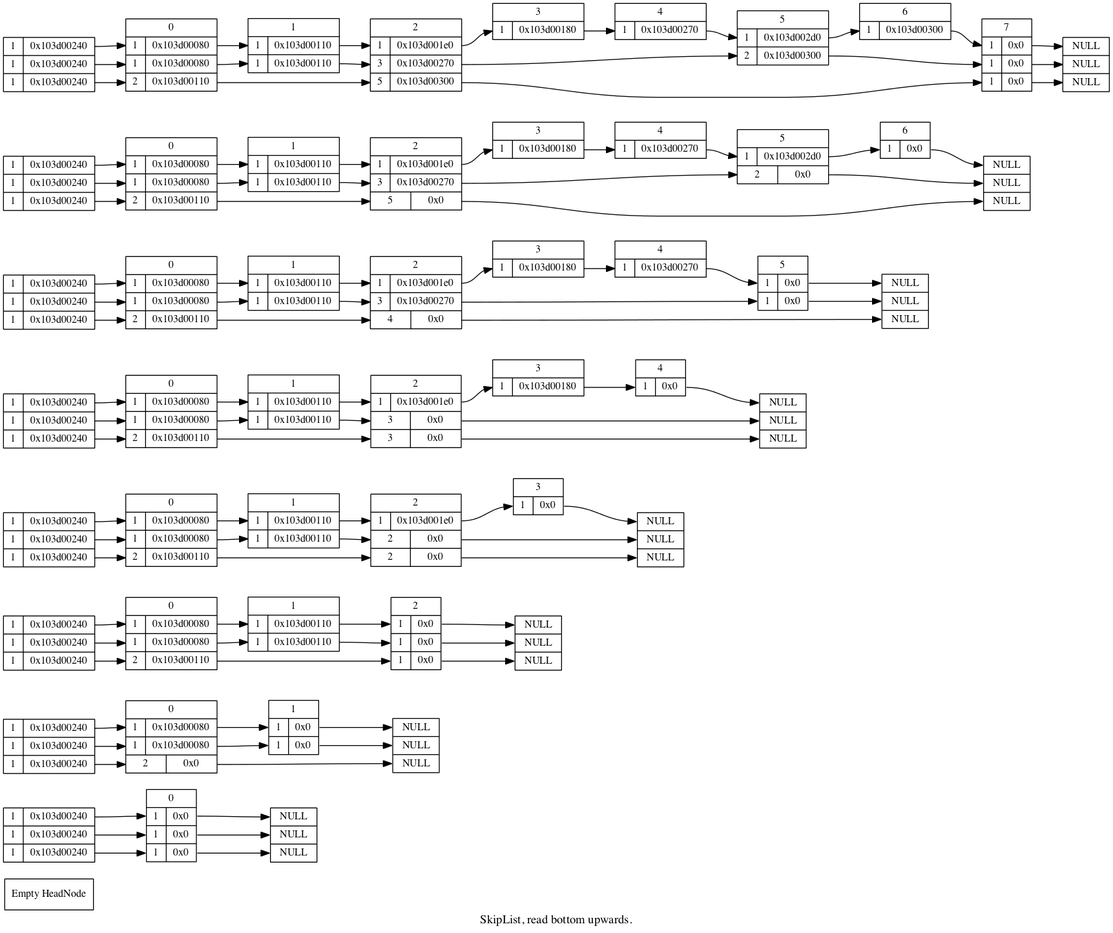
Above: doc/skiplist_visualisation/dot/doc_insert.png in paulross/skiplist (Graphviz), before the change. Its source is kept beside it as doc/skiplist_visualisation/dot/doc_insert.dot.
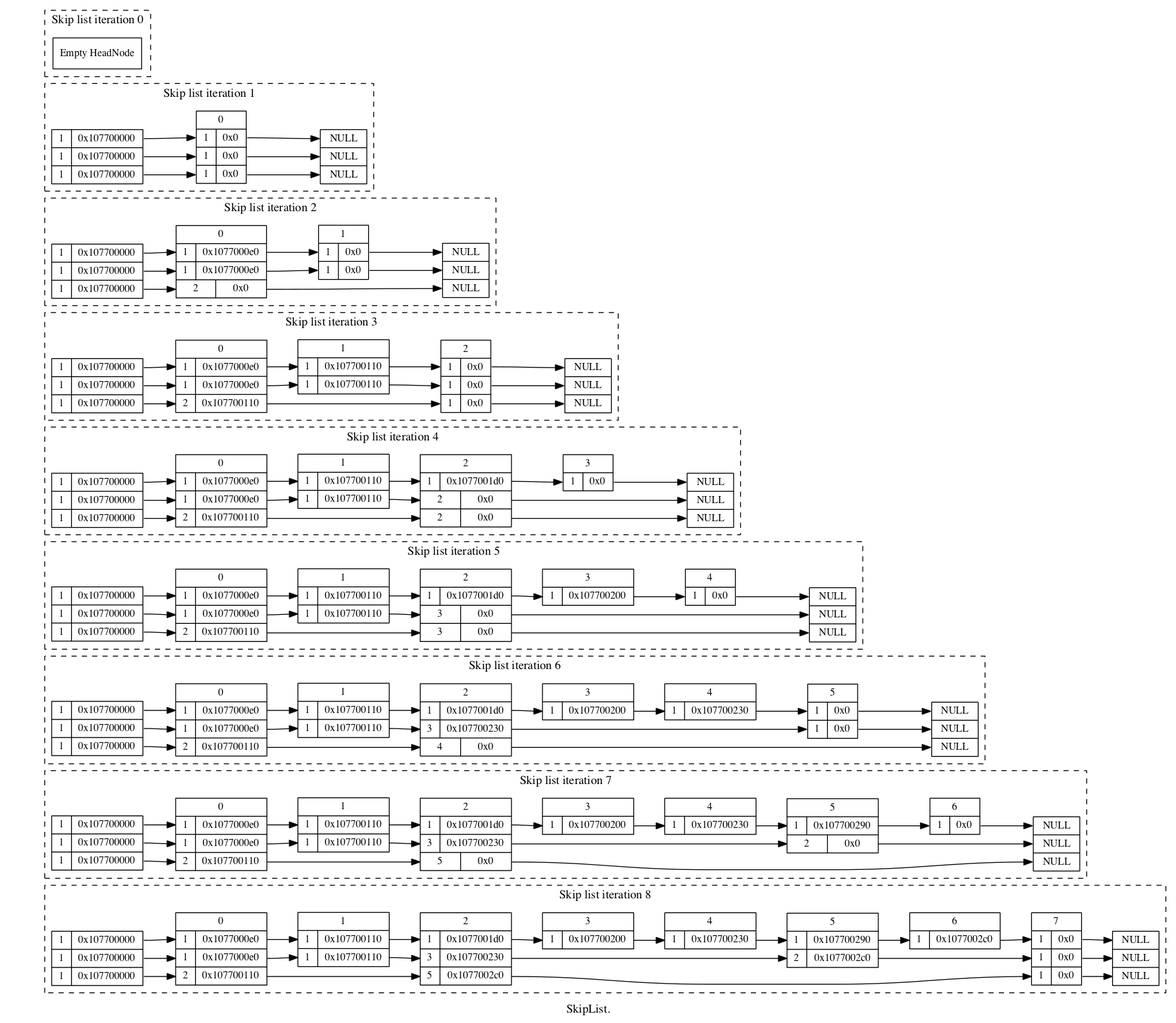
The same diagram one commit later.

Diff of the diagram source:
```diff
@@ -1,294 +1,350 @@
 digraph SkipList {
-label = "SkipList, read bottom upwards."
+label = "SkipList."
 graph [rankdir = "LR"];
 node [fontsize = "12" shape = "ellipse"];
 edge [];
-"HeadNode" [
+
+subgraph cluster0 {
+style=dashed
+label="Skip list iteration 0"
+"HeadNode0" [
 label = "Empty HeadNode"
 shape = "record"
 ];
+}
+
+subgraph cluster1 {
+style=dashed
+label="Skip list iteration 1"
 "HeadNode1" [
-label = "{ 1 | <f0> 0x100407960} | { 1 | <f1> 0x100407960} | { 1 | <f2> 0x100407960}"
+label = "{ 1 | <f0> 0x107700000} | { 1 | <f1> 0x107700000} | { 1 | <f2> 0x107700000}"
 shape = "record"
 ];
 "node10x0" [label = "<w1> NULL | <w2> NULL | <w3> NULL" shape = "record"];
-"HeadNode1":f0 -> "node10x100407960":w1 [];
-"HeadNode1":f1 -> "node10x100407960":w2 [];
-"HeadNode1":f2 -> "node10x100407960":w3 [];
-"node10x100407960" [
+"HeadNode1":f0 -> "node10x107700000":w1 [];
+"HeadNode1":f1 -> "node10x107700000":w2 [];
+"HeadNode1":f2 -> "node10x107700000":w3 [];
+"node10x107700000" [
 label = "<f0> 0 | { <w1> 1 | <f1> 0x0 } | { <w2> 1 | <f2> 0x0 } | { <w3> 1 | <f3> 0x0 }"
 shape = "record"
 ];
-"node10x100407960":f1 -> "node10x0":w1 [];
-"node10x100407960":f2 -> "node10x0":w2 [];
-"node10x100407960":f3 -> "node10x0":w3 [];
+"node10x107700000":f1 -> "node10x0":w1 [];
+"node10x107700000":f2 -> "node10x0":w2 [];
+"node10x107700000":f3 -> "node10x0":w3 [];
+}
+
+subgraph cluster2 {
+style=dashed
+label="Skip list iteration 2"
 "HeadNode2" [
-label = "{ 1 | <f0> 0x100407960} | { 1 | <f1> 0x100407960} | { 1 | <f2> 0x100407960}"
+label = "{ 1 | <f0> 0x107700000} | { 1 | <f1> 0x107700000} | { 1 | <f2> 0x107700000}"
 shape = "record"
 ];
 "node20x0" [label = "<w1> NULL | <w2> NULL | <w3> NULL" shape = "record"];
-"HeadNode2":f0 -> "node20x100407960":w1 [];
-"HeadNode2":f1 -> "node20x100407960":w2 [];
-"HeadNode2":f2 -> "node20x100407960":w3 [];
-"node20x100407960" [
-label = "<f0> 0 | { <w1> 1 | <f1> 0x100407a40 } | { <w2> 1 | <f2> 0x100407a40 } | { <w3> 2 | <f3> 0x0 }"
+"HeadNode2":f0 -> "node20x107700000":w1 [];
+"HeadNode2":f1 -> "node20x107700000":w2 [];
+"HeadNode2":f2 -> "node20x107700000":w3 [];
+"node20x107700000" [
+label = "<f0> 0 | { <w1> 1 | <f1> 0x1077000e0 } | { <w2> 1 | <f2> 0x1077000e0 } | { <w3> 2 | <f3> 0x0 }"
 shape = "record"
 ];
-"node20x100407960":f1 -> "node20x100407a40":w1 [];
-"node20x100407960":f2 -> "node20x100407a40":w2 [];
-"node20x100407960":f3 -> "node20x0":w3 [];
-"node20x100407a40" [
+"node20x107700000":f1 -> "node20x1077000e0":w1 [];
+"node20x107700000":f2 -> "node20x1077000e0":w2 [];
+"node20x107700000":f3 -> "node20x0":w3 [];
+"node20x1077000e0" [
 label = "<f0> 1 | { <w1> 1 | <f1> 0x0 } | { <w2> 1 | <f2> 0x0 }"
 shape = "record"
 ];
-"node20x100407a40":f1 -> "node20x0":w1 [];
-"node20x100407a40":f2 -> "node20x0":w2 [];
+"node20x1077000e0":f1 -> "node20x0":w1 [];
+"node20x1077000e0":f2 -> "node20x0":w2 [];
+}
+
+subgraph cluster3 {
+style=dashed
+label="Skip list iteration 3"
 "HeadNode3" [
-label = "{ 1 | <f0> 0x100407960} | { 1 | <f1> 0x100407960} | { 1 | <f2> 0x100407960}"
+label = "{ 1 | <f0> 0x107700000} | { 1 | <f1> 0x107700000} | { 1 | <f2> 0x107700000}"
 shape = "record"
 ];
 "node30x0" [label = "<w1> NULL | <w2> NULL | <w3> NULL" shape = "record"];
-"HeadNode3":f0 -> "node30x100407960":w1 [];
-"HeadNode3":f1 -> "node30x100407960":w2 [];
-"HeadNode3":f2 -> "node30x100407960":w3 [];
-"node30x100407960" [
-label = "<f0> 0 | { <w1> 1 | <f1> 0x100407a40 } | { <w2> 1 | <f2> 0x100407a40 } | { <w3> 2 | <f3> 0x100407a70 }"
+"HeadNode3":f0 -> "node30x107700000":w1 [];
+"HeadNode3":f1 -> "node30x107700000":w2 [];
+"HeadNode3":f2 -> "node30x107700000":w3 [];
+"node30x107700000" [
+label = "<f0> 0 | { <w1> 1 | <f1> 0x1077000e0 } | { <w2> 1 | <f2> 0x1077000e0 } | { <w3> 2 | <f3> 0x107700110 }"
 shape = "record"
 ];
-"node30x100407960":f1 -> "node30x100407a40":w1 [];
-"node30x100407960":f2 -> "node30x100407a40":w2 [];
-"node30x100407960":f3 -> "node30x100407a70":w3 [];
-"node30x100407a40" [
-label = "<f0> 1 | { <w1> 1 | <f1> 0x100407a70 } | { <w2> 1 | <f2> 0x100407a70 }"
+"node30x107700000":f1 -> "node30x1077000e0":w1 [];
+"node30x107700000":f2 -> "node30x1077000e0":w2 [];
+"node30x107700000":f3 -> "node30x107700110":w3 [];
+"node30x1077000e0" [
+label = "<f0> 1 | { <w1> 1 | <f1> 0x107700110 } | { <w2> 1 | <f2> 0x107700110 }"
 shape = "record"
 ];
-"node30x100407a40":f1 -> "node30x100407a70":w1 [];
-"node30x100407a40":f2 -> "node30x100407a70":w2 [];
-"node30x100407a70" [
+"node30x1077000e0":f1 -> "node30x107700110":w1 [];
+"node30x1077000e0":f2 -> "node30x107700110":w2 [];
+"node30x107700110" [
 label = "<f0> 2 | { <w1> 1 | <f1> 0x0 } | { <w2> 1 | <f2> 0x0 } | { <w3> 1 | <f3> 0x0 }"
 shape = "record"
 ];
-"node30x100407a70":f1 -> "node30x0":w1 [];
-"node30x100407a70":f2 -> "node30x0":w2 [];
-"node30x100407a70":f3 -> "node30x0":w3 [];
+"node30x107700110":f1 -> "node30x0":w1 [];
+"node30x107700110":f2 -> "node30x0":w2 [];
+"node30x107700110":f3 -> "node30x0":w3 [];
+}
+
+subgraph cluster4 {
+style=dashed
+label="Skip list iteration 4"
 "HeadNode4" [
-label = "{ 1 | <f0> 0x100407960} | { 1 | <f1> 0x100407960} | { 1 | <f2> 0x100407960}"
+label = "{ 1 | <f0> 0x107700000} | { 1 | <f1> 0x107700000} | { 1 | <f2> 0x107700000}"
 shape = "record"
 ];
 "node40x0" [label = "<w1> NULL | <w2> NULL | <w3> NULL" shape = "record"];
-"HeadNode4":f0 -> "node40x100407960":w1 [];
-"HeadNode4":f1 -> "node40x100407960":w2 [];
-"HeadNode4":f2 -> "node40x100407960":w3 [];
-"node40x100407960" [
-label = "<f0> 0 | { <w1> 1 | <f1> 0x100407a40 } | { <w2> 1 | <f2> 0x100407a40 } | { <w3> 2 | <f3> 0x100407a70 }"
+"HeadNode4":f0 -> "node40x107700000":w1 [];
+"HeadNode4":f1 -> "node40x107700000":w2 [];
+"HeadNode4":f2 -> "node40x107700000":w3 [];
+"node40x107700000" [
+label = "<f0> 0 | { <w1> 1 | <f1> 0x1077000e0 } | { <w2> 1 | <f2> 0x1077000e0 } | { <w3> 2 | <f3> 0x107700110 }"
 shape = "record"
 ];
-"node40x100407960":f1 -> "node40x100407a40":w1 [];
-"node40x100407960":f2 -> "node40x100407a40":w2 [];
-"node40x100407960":f3 -> "node40x100407a70":w3 [];
-"node40x100407a40" [
-label = "<f0> 1 | { <w1> 1 | <f1> 0x100407a70 } | { <w2> 1 | <f2> 0x100407a70 }"
+"node40x107700000":f1 -> "node40x1077000e0":w1 [];
+"node40x107700000":f2 -> "node40x1077000e0":w2 [];
+"node40x107700000":f3 -> "node40x107700110":w3 [];
+"node40x1077000e0" [
+label = "<f0> 1 | { <w1> 1 | <f1> 0x107700110 } | { <w2> 1 | <f2> 0x107700110 }"
 shape = "record"
 ];
-"node40x100407a40":f1 -> "node40x100407a70":w1 [];
-"node40x100407a40":f2 -> "node40x100407a70":w2 [];
-"node40x100407a70" [
-label = "<f0> 2 | { <w1> 1 | <f1> 0x100407b30 } | { <w2> 2 | <f2> 0x0 } | { <w3> 2 | <f3> 0x0 }"
+"node40x1077000e0":f1 -> "node40x107700110":w1 [];
+"node40x1077000e0":f2 -> "node40x107700110":w2 [];
+"node40x107700110" [
+label = "<f0> 2 | { <w1> 1 | <f1> 0x1077001d0 } | { <w2> 2 | <f2> 0x0 } | { <w3> 2 | <f3> 0x0 }"
 shape = "record"
 ];
-"node40x100407a70":f1 -> "node40x100407b30":w1 [];
-"node40x100407a70":f2 -> "node40x0":w2 [];
-"node40x100407a70":f3 -> "node40x0":w3 [];
-"node40x100407b30" [
+"node40x107700110":f1 -> "node40x1077001d0":w1 [];
+"node40x107700110":f2 -> "node40x0":w2 [];
+"node40x107700110":f3 -> "node40x0":w3 [];
+"node40x1077001d0" [
 label = "<f0> 3 | { <w1> 1 | <f1> 0x0 }"
 shape = "record"
 ];
-"node40x100407b30":f1 -> "node40x0":w1 [];
+"node40x1077001d0":f1 -> "node40x0":w1 [];
+}
+
+subgraph cluster5 {
+style=dashed
+label="Skip list iteration 5"
 "HeadNode5" [
-label = "{ 1 | <f0> 0x100407960} | { 1 | <f1> 0x100407960} | { 1 | <f2> 0x100407960}"
+label = "{ 1 | <f0> 0x107700000} | { 1 | <f1> 0x107700000} | { 1 | <f2> 0x107700000}"
 shape = "record"
 ];
 "node50x0" [label = "<w1> NULL | <w2> NULL | <w3> NULL" shape = "record"];
-"HeadNode5":f0 -> "node50x100407960":w1 [];
-"HeadNode5":f1 -> "node50x100407960":w2 [];
-"HeadNode5":f2 -> "node50x100407960":w3 [];
-"node50x100407960" [
-label = "<f0> 0 | { <w1> 1 | <f1> 0x100407a40 } | { <w2> 1 | <f2> 0x100407a40 } | { <w3> 2 | <f3> 0x100407a70 }"
+"HeadNode5":f0 -> "node50x107700000":w1 [];
+"HeadNode5":f1 -> "node50x107700000":w2 [];
+"HeadNode5":f2 -> "node50x107700000":w3 [];
+"node50x107700000" [
+label = "<f0> 0 | { <w1> 1 | <f1> 0x1077000e0 } | { <w2> 1 | <f2> 0x1077000e0 } | { <w3> 2 | <f3> 0x107700110 }"
 shape = "record"
 ];
-"node50x100407960":f1 -> "node50x100407a40":w1 [];
-"node50x100407960":f2 -> "node50x100407a40":w2 [];
-"node50x100407960":f3 -> "node50x100407a70":w3 [];
-"node50x100407a40" [
-label = "<f0> 1 | { <w1> 1 | <f1> 0x100407a70 } | { <w2> 1 | <f2> 0x100407a70 }"
+"node50x107700000":f1 -> "node50x1077000e0":w1 [];
+"node50x107700000":f2 -> "node50x1077000e0":w2 [];
+"node50x107700000":f3 -> "node50x107700110":w3 [];
+"node50x1077000e0" [
+label = "<f0> 1 | { <w1> 1 | <f1> 0x107700110 } | { <w2> 1 | <f2> 0x107700110 }"
 shape = "record"
 ];
-"node50x100407a40":f1 -> "node50x100407a70":w1 [];
-"node50x100407a40":f2 -> "node50x100407a70":w2 [];
-"node50x100407a70" [
-label = "<f0> 2 | { <w1> 1 | <f1> 0x100407b30 } | { <w2> 3 | <f2> 0x0 } | { <w3> 3 | <f3> 0x0 }"
+"node50x1077000e0":f1 -> "node50x107700110":w1 [];
+"node50x1077000e0":f2 -> "node50x107700110":w2 [];
+"node50x107700110" [
+label = "<f0> 2 | { <w1> 1 | <f1> 0x1077001d0 } | { <w2> 3 | <f2> 0x0 } | { <w3> 3 | <f3> 0x0 }"
 shape = "record"
 ];
-"node50x100407a70":f1 -> "node50x100407b30":w1 [];
-"node50x100407a70":f2 -> "node50x0":w2 [];
-"node50x100407a70":f3 -> "node50x0":w3 [];
-"node50x100407b30" [
-label = "<f0> 3 | { <w1> 1 | <f1> 0x100407b60 }"
+"node50x107700110":f1 -> "node50x1077001d0":w1 [];
+"node50x107700110":f2 -> "node50x0":w2 [];
+"node50x107700110":f3 -> "node50x0":w3 [];
+"node50x1077001d0" [
+label = "<f0> 3 | { <w1> 1 | <f1> 0x107700200 }"
 shape = "record"
 ];
-"node50x100407b30":f1 -> "node50x100407b60":w1 [];
-"node50x100407b60" [
+"node50x1077001d0":f1 -> "node50x107700200":w1 [];
+"node50x107700200" [
 label = "<f0> 4 | { <w1> 1 | <f1> 0x0 }"
 shape = "record"
 ];
-"node50x100407b60":f1 -> "node50x0":w1 [];
+"node50x107700200":f1 -> "node50x0":w1 [];
+}
+
+subgraph cluster6 {
+style=dashed
+label="Skip list iteration 6"
 "HeadNode6" [
-label = "{ 1 | <f0> 0x100407960} | { 1 | <f1> 0x100407960} | { 1 | <f2> 0x100407960}"
+label = "{ 1 | <f0> 0x107700000} | { 1 | <f1> 0x107700000} | { 1 | <f2> 0x107700000}"
 shape = "record"
 ];
 "node60x0" [label = "<w1> NULL | <w2> NULL | <w3> NULL" shape = "record"];
-"HeadNode6":f0 -> "node60x100407960":w1 [];
-"HeadNode6":f1 -> "node60x100407960":w2 [];
-"HeadNode6":f2 -> "node60x100407960":w3 [];
-"node60x100407960" [
-label = "<f0> 0 | { <w1> 1 | <f1> 0x100407a40 } | { <w2> 1 | <f2> 0x100407a40 } | { <w3> 2 | <f3> 0x100407a70 }"
+"HeadNode6":f0 -> "node60x107700000":w1 [];
+"HeadNode6":f1 -> "node60x107700000":w2 [];
+"HeadNode6":f2 -> "node60x107700000":w3 [];
+"node60x107700000" [
+label = "<f0> 0 | { <w1> 1 | <f1> 0x1077000e0 } | { <w2> 1 | <f2> 0x1077000e0 } | { <w3> 2 | <f3> 0x107700110 }"
 shape = "record"
 ];
-"node60x100407960":f1 -> "node60x100407a40":w1 [];
-"node60x100407960":f2 -> "node60x100407a40":w2 [];
-"node60x100407960":f3 -> "node60x100407a70":w3 [];
-"node60x100407a40" [
-label = "<f0> 1 | { <w1> 1 | <f1> 0x100407a70 } | { <w2> 1 | <f2> 0x100407a70 }"
+"node60x107700000":f1 -> "node60x1077000e0":w1 [];
+"node60x107700000":f2 -> "node60x1077000e0":w2 [];
+"node60x107700000":f3 -> "node60x107700110":w3 [];
+"node60x1077000e0" [
+label = "<f0> 1 | { <w1> 1 | <f1> 0x107700110 } | { <w2> 1 | <f2> 0x107700110 }"
 shape = "record"
 ];
-"node60x100407a40":f1 -> "node60x100407a70":w1 [];
-"node60x100407a40":f2 -> "node60x100407a70":w2 [];
-"node60x100407a70" [
-label = "<f0> 2 | { <w1> 1 | <f1> 0x100407b30 } | { <w2> 3 | <f2> 0x100407b90 } | { <w3> 4 | <f3> 0x0 }"
+"node60x1077000e0":f1 -> "node60x107700110":w1 [];
+"node60x1077000e0":f2 -> "node60x107700110":w2 [];
+"node60x107700110" [
+label = "<f0> 2 | { <w1> 1 | <f1> 0x1077001d0 } | { <w2> 3 | <f2> 0x107700230 } | { <w3> 4 | <f3> 0x0 }"
 shape = "record"
 ];
-"node60x100407a70":f1 -> "node60x100407b30":w1 [];
-"node60x100407a70":f2 -> "node60x100407b90":w2 [];
-"node60x100407a70":f3 -> "node60x0":w3 [];
-"node60x100407b30" [
-label = "<f0> 3 | { <w1> 1 | <f1> 0x100407b60 }"
+"node60x107700110":f1 -> "node60x1077001d0":w1 [];
+"node60x107700110":f2 -> "node60x107700230":w2 [];
+"node60x107700110":f3 -> "node60x0":w3 [];
+"node60x1077001d0" [
+label = "<f0> 3 | { <w1> 1 | <f1> 0x107700200 }"
 shape = "record"
 ];
-"node60x100407b30":f1 -> "node60x100407b60":w1 [];
-"node60x100407b60" [
-label = "<f0> 4 | { <w1> 1 | <f1> 0x100407b90 }"
+"node60x1077001d0":f1 -> "node60x107700200":w1 [];
+"node60x107700200" [
+label = "<f0> 4 | { <w1> 1 | <f1> 0x107700230 }"
 shape = "record"
 ];
-"node60x100407b60":f1 -> "node60x100407b90":w1 [];
-"node60x100407b90" [
+"node60x107700200":f1 -> "node60x107700230":w1 [];
+"node60x107700230" [
 label = "<f0> 5 | { <w1> 1 | <f1> 0x0 } | { <w2> 1 | <f2> 0x0 }"
 shape = "record"
 ];
-"node60x100407b90":f1 -> "node60x0":w1 [];
-"node60x100407b90":f2 -> "node60x0":w2 [];
+"node60x107700230":f1 -> "node60x0":w1 [];
+"node60x107700230":f2 -> "node60x0":w2 [];
+}
+
+subgraph cluster7 {
+style=dashed
+label="Skip list iteration 7"
 "HeadNode7" [
-label = "{ 1 | <f0> 0x100407960} | { 1 | <f1> 0x100407960} | { 1 | <f2> 0x100407960}"
+label = "{ 1 | <f0> 0x107700000} | { 1 | <f1> 0x107700000} | { 1 | <f2> 0x107700000}"
 shape = "record"
 ];
 "node70x0" [label = "<w1> NULL | <w2> NULL | <w3> NULL" shape = "record"];
-"HeadNode7":f0 -> "node70x100407960":w1 [];
-"HeadNode7":f1 -> "node70x100407960":w2 [];
-"HeadNode7":f2 -> "node70x100407960":w3 [];
-"node70x100407960" [
-label = "<f0> 0 | { <w1> 1 | <f1> 0x100407a40 } | { <w2> 1 | <f2> 0x100407a40 } | { <w3> 2 | <f3> 0x100407a70 }"
+"HeadNode7":f0 -> "node70x107700000":w1 [];
+"HeadNode7":f1 -> "node70x107700000":w2 [];
+"HeadNode7":f2 -> "node70x107700000":w3 [];
+"node70x107700000" [
+label = "<f0> 0 | { <w1> 1 | <f1> 0x1077000e0 } | { <w2> 1 | <f2> 0x1077000e0 } | { <w3> 2 | <f3> 0x107700110 }"
 shape = "record"
 ];
-"node70x100407960":f1 -> "node70x100407a40":w1 [];
-"node70x100407960":f2 -> "node70x100407a40":w2 [];
-"node70x100407960":f3 -> "node70x100407a70":w3 [];
-"node70x100407a40" [
-label = "<f0> 1 | { <w1> 1 | <f1> 0x100407a70 } | { <w2> 1 | <f2> 0x100407a70 }"
+"node70x107700000":f1 -> "node70x1077000e0":w1 [];
+"node70x107700000":f2 -> "node70x1077000e0":w2 [];
+"node70x107700000":f3 -> "node70x107700110":w3 [];
+"node70x1077000e0" [
+label = "<f0> 1 | { <w1> 1 | <f1> 0x107700110 } | { <w2> 1 | <f2> 0x107700110 }"
 shape = "record"
 ];
-"node70x100407a40":f1 -> "node70x100407a70":w1 [];
-"node70x100407a40":f2 -> "node70x100407a70":w2 [];
-"node70x100407a70" [
-label = "<f0> 2 | { <w1> 1 | <f1> 0x100407b30 } | { <w2> 3 | <f2> 0x100407b90 } | { <w3> 5 | <f3> 0x0 }"
+"node70x1077000e0":f1 -> "node70x107700110":w1 [];
+"node70x1077000e0":f2 -> "node70x107700110":w2 [];
+"node70x107700110" [
+label = "<f0> 2 | { <w1> 1 | <f1> 0x1077001d0 } | { <w2> 3 | <f2> 0x107700230 } | { <w3> 5 | <f3> 0x0 }"
 shape = "record"
 ];
-"node70x100407a70":f1 -> "node70x100407b30":w1 [];
-"node70x100407a70":f2 -> "node70x100407b90":w2 [];
-"node70x100407a70":f3 -> "node70x0":w3 [];
-"node70x100407b30" [
-label = "<f0> 3 | { <w1> 1 | <f1> 0x100407b60 }"
+"node70x107700110":f1 -> "node70x1077001d0":w1 [];
+"node70x107700110":f2 -> "node70x107700230":w2 [];
+"node70x107700110":f3 -> "node70x0":w3 [];
+"node70x1077001d0" [
+label = "<f0> 3 | { <w1> 1 | <f1> 0x107700200 }"
 shape = "record"
 ];
-"node70x100407b30":f1 -> "node70x100407b60":w1 [];
-"node70x100407b60" [
-label = "<f0> 4 | { <w1> 1 | <f1> 0x100407b90 }"
+"node70x1077001d0":f1 -> "node70x107700200":w1 [];
+"node70x107700200" [
+label = "<f0> 4 | { <w1> 1 | <f1> 0x107700230 }"
 shape = "record"
 ];
-"node70x100407b60":f1 -> "node70x100407b90":w1 [];
-"node70x100407b90" [
-label = "<f0> 5 | { <w1> 1 | <f1> 0x100407bf0 } | { <w2> 2 | <f2> 0x0 }"
+"node70x107700200":f1 -> "node70x107700230":w1 [];
+"node70x107700230" [
+label = "<f0> 5 | { <w1> 1 | <f1> 0x107700290 } | { <w2> 2 | <f2> 0x0 }"
 shape = "record"
 ];
-"node70x100407b90":f1 -> "node70x100407bf0":w1 [];
-"node70x100407b90":f2 -> "node70x0":w2 [];
-"node70x100407bf0" [
+"node70x107700230":f1 -> "node70x107700290":w1 [];
+"node70x107700230":f2 -> "node70x0":w2 [];
+"node70x107700290" [
 label = "<f0> 6 | { <w1> 1 | <f1> 0x0 }"
 shape = "record"
 ];
-"node70x100407bf0":f1 -> "node70x0":w1 [];
+"node70x107700290":f1 -> "node70x0":w1 [];
+}
+
+subgraph cluster8 {
+style=dashed
+label="Skip list iteration 8"
 "HeadNode8" [
-label = "{ 1 | <f0> 0x100407960} | { 1 | <f1> 0x100407960} | { 1 | <f2> 0x100407960}"
+label = "{ 1 | <f0> 0x107700000} | { 1 | <f1> 0x107700000} | { 1 | <f2> 0x107700000}"
 shape = "record"
 ];
 "node80x0" [label = "<w1> NULL | <w2> NULL | <w3> NULL" shape = "record"];
-"HeadNode8":f0 -> "node80x100407960":w1 [];
-"HeadNode8":f1 -> "node80x100407960":w2 [];
-"HeadNode8":f2 -> "node80x100407960":w3 [];
-"node80x100407960" [
-label = "<f0> 0 | { <w1> 1 | <f1> 0x100407a40 } | { <w2> 1 | <f2> 0x100407a40 } | { <w3> 2 | <f3> 0x100407a70 }"
+"HeadNode8":f0 -> "node80x107700000":w1 [];
+"HeadNode8":f1 -> "node80x107700000":w2 [];
+"HeadNode8":f2 -> "node80x107700000":w3 [];
+"node80x107700000" [
+label = "<f0> 0 | { <w1> 1 | <f1> 0x1077000e0 } | { <w2> 1 | <f2> 0x1077000e0 } | { <w3> 2 | <f3> 0x107700110 }"
 shape = "record"
 ];
-"node80x100407960":f1 -> "node80x100407a40":w1 [];
-"node80x100407960":f2 -> "node80x100407a40":w2 [];
-"node80x100407960":f3 -> "node80x100407a70":w3 [];
-"node80x100407a40" [
-label = "<f0> 1 | { <w1> 1 | <f1> 0x100407a70 } | { <w2> 1 | <f2> 0x100407a70 }"
+"node80x107700000":f1 -> "node80x1077000e0":w1 [];
+"node80x107700000":f2 -> "node80x1077000e0":w2 [];
+"node80x107700000":f3 -> "node80x107700110":w3 [];
+"node80x1077000e0" [
+label = "<f0> 1 | { <w1> 1 | <f1> 0x107700110 } | { <w2> 1 | <f2> 0x107700110 }"
 shape = "record"
 ];
-"node80x100407a40":f1 -> "node80x100407a70":w1 [];
-"node80x100407a40":f2 -> "node80x100407a70":w2 [];
-"node80x100407a70" [
-label = "<f0> 2 | { <w1> 1 | <f1> 0x100407b30 } | { <w2> 3 | <f2> 0x100407b90 } | { <w3> 5 | <f3> 0x100407c20 }"
+"node80x1077000e0":f1 -> "node80x107700110":w1 [];
+"node80x1077000e0":f2 -> "node80x107700110":w2 [];
+"node80x107700110" [
+label = "<f0> 2 | { <w1> 1 | <f1> 0x1077001d0 } | { <w2> 3 | <f2> 0x107700230 } | { <w3> 5 | <f3> 0x1077002c0 }"
 shape = "record"
 ];
-"node80x100407a70":f1 -> "node80x100407b30":w1 [];
-"node80x100407a70":f2 -> "node80x100407b90":w2 [];
-"node80x100407a70":f3 -> "node80x100407c20":w3 [];
-"node80x100407b30" [
-label = "<f0> 3 | { <w1> 1 | <f1> 0x100407b60 }"
+"node80x107700110":f1 -> "node80x1077001d0":w1 [];
+"node80x107700110":f2 -> "node80x107700230":w2 [];
+"node80x107700110":f3 -> "node80x1077002c0":w3 [];
+"node80x1077001d0" [
+label = "<f0> 3 | { <w1> 1 | <f1> 0x107700200 }"
 shape = "record"
 ];
-"node80x100407b30":f1 -> "node80x100407b60":w1 [];
-"node80x100407b60" [
-label = "<f0> 4 | { <w1> 1 | <f1> 0x100407b90 }"
+"node80x1077001d0":f1 -> "node80x107700200":w1 [];
+"node80x107700200" [
+label = "<f0> 4 | { <w1> 1 | <f1> 0x107700230 }"
 shape = "record"
 ];
-"node80x100407b60":f1 -> "node80x100407b90":w1 [];
-"node80x100407b90" [
-label = "<f0> 5 | { <w1> 1 | <f1> 0x100407bf0 } | { <w2> 2 | <f2> 0x100407c20 }"
+"node80x107700200":f1 -> "node80x107700230":w1 [];
+"node80x107700230" [
+label = "<f0> 5 | { <w1> 1 | <f1> 0x107700290 } | { <w2> 2 | <f2> 0x1077002c0 }"
 shape = "record"
 ];
-"node80x100407b90":f1 -> "node80x100407bf0":w1 [];
-"node80x100407b90":f2 -> "node80x100407c20":w2 [];
-"node80x100407bf0" [
-label = "<f0> 6 | { <w1> 1 | <f1> 0x100407c20 }"
+"node80x107700230":f1 -> "node80x107700290":w1 [];
+"node80x107700230":f2 -> "node80x1077002c0":w2 [];
+"node80x107700290" [
+label = "<f0> 6 | { <w1> 1 | <f1> 0x1077002c0 }"
 shape = "record"
 ];
-"node80x100407bf0":f1 -> "node80x100407c20":w1 [];
-"node80x100407c20" [
+"node80x107700290":f1 -> "node80x1077002c0":w1 [];
+"node80x1077002c0" [
 label = "<f0> 7 | { <w1> 1 | <f1> 0x0 } | { <w2> 1 | <f2> 0x0 } | { <w3> 1 | <f3> 0x0 }"
 shape = "record"
 ];
-"node80x100407c20":f1 -> "node80x0":w1 [];
-"node80x100407c20":f2 -> "node80x0":w2 [];
-"node80x100407c20":f3 -> "node80x0":w3 [];
+"node80x1077002c0":f1 -> "node80x0":w1 [];
+"node80x1077002c0":f2 -> "node80x0":w2 [];
+"node80x1077002c0":f3 -> "node80x0":w3 [];
 }
+
+node0 [shape=record, label = "<f0> | <f1> | <f2> | <f3> | <f4> | <f5> | <f6> | <f7> | <f8> | ", style=invis, width=0.01];
+node0:f0 -> HeadNode0 [style=invis];
+node0:f1 -> HeadNode1 [style=invis];
+node0:f2 -> HeadNode2 [style=invis];
+node0:f3 -> HeadNode3 [style=invis];
+node0:f4 -> HeadNode4 [style=invis];
+node0:f5 -> HeadNode5 [style=invis];
+node0:f6 -> HeadNode6 [style=invis];
+node0:f7 -> HeadNode7 [style=invis];
+node0:f8 -> HeadNode8 [style=invis];
+}
```
